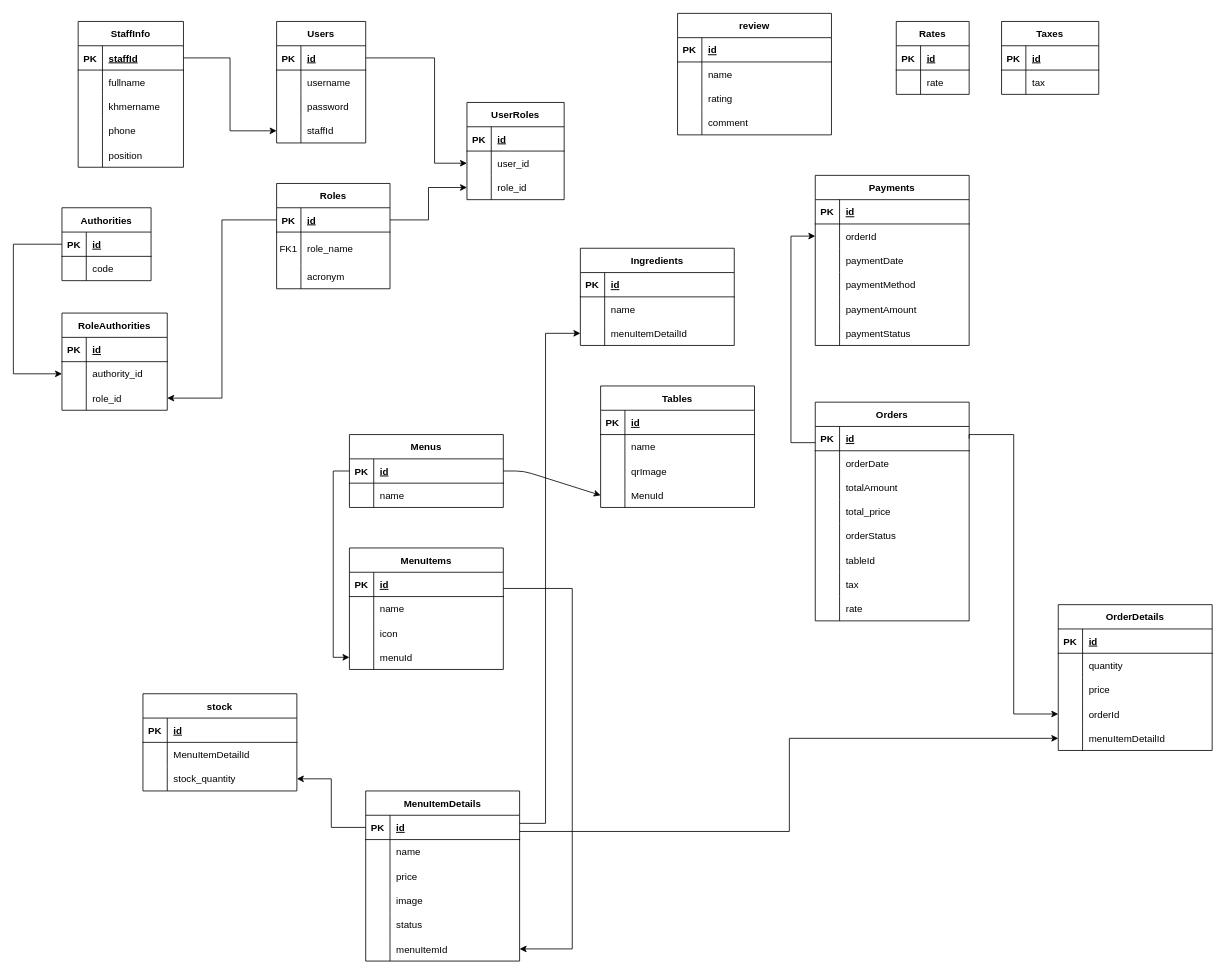
Above: contactless.drawio in OrderSnapp/Contactless-Backend (draw.io), before the change. Source tidied: cells renumbered, new cells numbered last; positions are measured from the earlier drawing's top-left corner, leaving out a move shared by most shapes. Both pictures are drawn from the tidied source at 81%, with x=0, y=0 at pixel (13, 13).
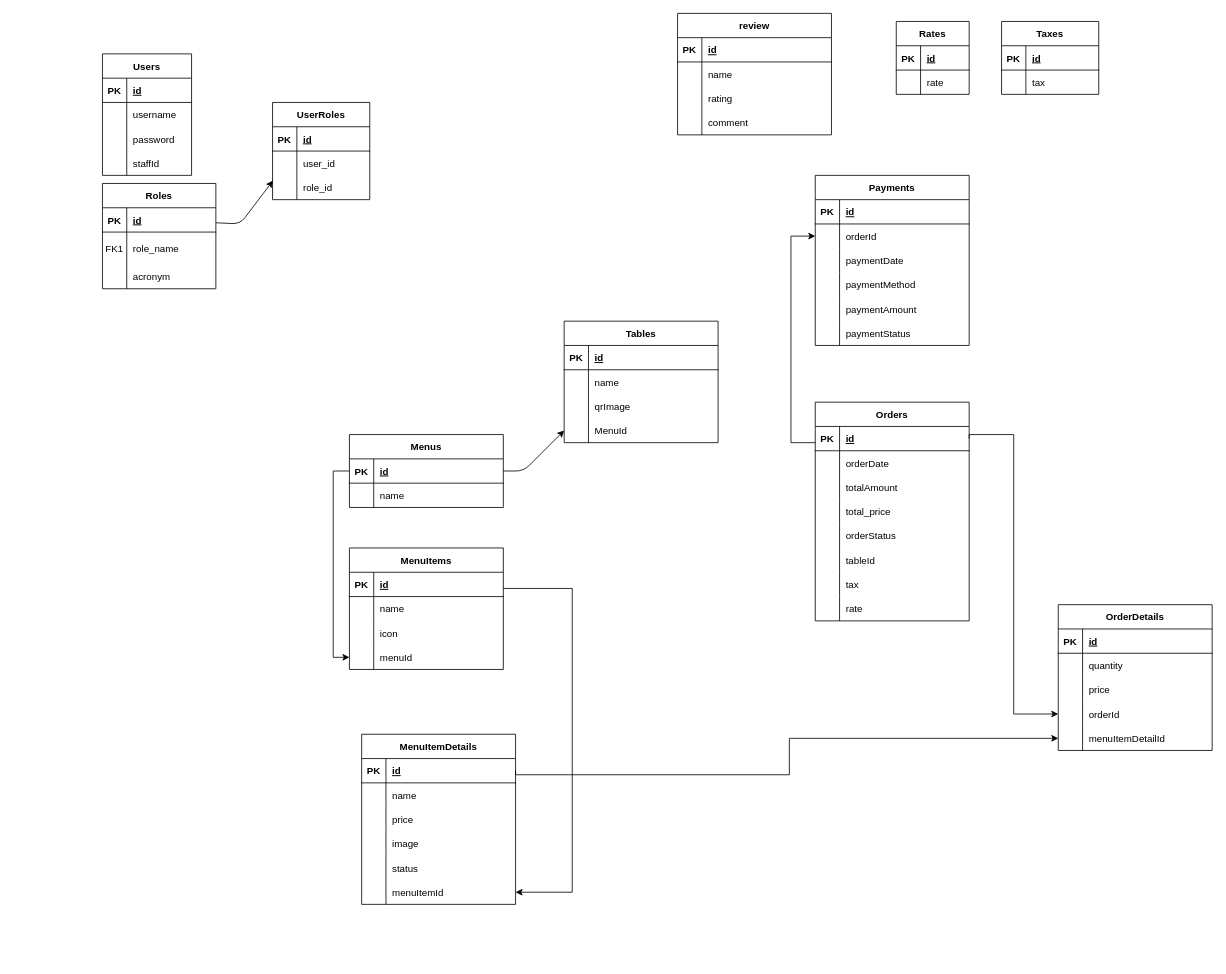
The same page after the edit.

The change refers to these unchanged cells:
```xml
<mxCell id="3" style="shape=partialRectangle;fillColor=none;points=[[0,0.5],[1,0.5]];portConstraint=eastwest;top=0;left=0;right=0;bottom=1;" parent="2" vertex="1">
  <mxGeometry y="30" width="140" height="30" as="geometry" />
</mxCell>
<mxCell id="16" style="shape=partialRectangle;fillColor=none;points=[[0,0.5],[1,0.5]];portConstraint=eastwest;top=0;left=0;right=0;bottom=0;" parent="12" vertex="1">
  <mxGeometry y="60" width="120" height="30" as="geometry" />
</mxCell>
<mxCell id="19" style="shape=partialRectangle;fillColor=none;points=[[0,0.5],[1,0.5]];portConstraint=eastwest;top=0;left=0;right=0;bottom=0;" parent="12" vertex="1">
  <mxGeometry y="90" width="120" height="30" as="geometry" />
</mxCell>
<mxCell id="23" style="shape=partialRectangle;fillColor=none;points=[[0,0.5],[1,0.5]];portConstraint=eastwest;top=0;left=0;right=0;bottom=1;" parent="22" vertex="1">
  <mxGeometry y="30" width="110" height="30" as="geometry" />
</mxCell>
<mxCell id="32" style="shape=partialRectangle;fillColor=none;points=[[0,0.5],[1,0.5]];portConstraint=eastwest;top=0;left=0;right=0;bottom=0;" parent="22" vertex="1">
  <mxGeometry y="120" width="110" height="30" as="geometry" />
</mxCell>
<mxCell id="81" style="shape=partialRectangle;fillColor=none;points=[[0,0.5],[1,0.5]];portConstraint=eastwest;top=0;left=0;right=0;bottom=1;" parent="80" vertex="1">
  <mxGeometry y="30" width="190" height="30" as="geometry" />
</mxCell>
<mxCell id="94" style="shape=partialRectangle;fillColor=none;points=[[0,0.5],[1,0.5]];portConstraint=eastwest;top=0;left=0;right=0;bottom=1;" parent="93" vertex="1">
  <mxGeometry y="30" width="190" height="30" as="geometry" />
</mxCell>
<mxCell id="109" style="shape=partialRectangle;fillColor=none;points=[[0,0.5],[1,0.5]];portConstraint=eastwest;top=0;left=0;right=0;bottom=0;" parent="93" vertex="1">
  <mxGeometry y="180" width="190" height="30" as="geometry" />
</mxCell>
<mxCell id="162" style="shape=partialRectangle;fillColor=none;points=[[0,0.5],[1,0.5]];portConstraint=eastwest;top=0;left=0;right=0;bottom=0;" parent="149" vertex="1">
  <mxGeometry y="150" width="190" height="30" as="geometry" />
</mxCell>
```

The edit, as a diff of the source:
```diff
@@
     <mxCell id="2" value="Roles" style="shape=table;startSize=30;childLayout=tableLayout;rowLines=0;fontStyle=1;align=center;" parent="1" vertex="1">
-      <mxGeometry x="325" y="210" width="140" height="130" as="geometry" />
+      <mxGeometry x="110" y="210" width="140" height="130" as="geometry" />
     </mxCell>
@@
     <mxCell id="12" value="UserRoles" style="shape=table;startSize=30;childLayout=tableLayout;rowLines=0;fontStyle=1;align=center;" parent="1" vertex="1">
-      <mxGeometry x="560" y="110" width="120" height="120" as="geometry" />
+      <mxGeometry x="320" y="110" width="120" height="120" as="geometry" />
     </mxCell>
@@
     <mxCell id="22" value="Users" style="shape=table;startSize=30;childLayout=tableLayout;rowLines=0;fontStyle=1;align=center;" parent="1" vertex="1">
-      <mxGeometry x="325" y="10" width="110" height="150" as="geometry" />
+      <mxGeometry x="110" y="50" width="110" height="150" as="geometry" />
     </mxCell>
@@
-    <mxCell id="35" value="StaffInfo" style="shape=table;startSize=30;childLayout=tableLayout;rowLines=0;fontStyle=1;align=center;" parent="1" vertex="1">
-      <mxGeometry x="80" y="10" width="130" height="180" as="geometry" />
-    </mxCell>
-    <mxCell id="36" style="shape=partialRectangle;fillColor=none;points=[[0,0.5],[1,0.5]];portConstraint=eastwest;top=0;left=0;right=0;bottom=1;" parent="35" vertex="1">
-      <mxGeometry y="30" width="130" height="30" as="geometry" />
-    </mxCell>
-    <mxCell id="37" value="PK" style="shape=partialRectangle;overflow=hidden;fillColor=none;top=0;left=0;bottom=0;right=0;fontStyle=1;" parent="36" vertex="1">
-      <mxGeometry width="30" height="30" as="geometry" />
-    </mxCell>
-    <mxCell id="38" value="staffId" style="shape=partialRectangle;overflow=hidden;fillColor=none;top=0;left=0;bottom=0;right=0;align=left;spacingLeft=6;fontStyle=5;" parent="36" vertex="1">
-      <mxGeometry x="30" width="100" height="30" as="geometry" />
-    </mxCell>
-    <mxCell id="39" style="shape=partialRectangle;fillColor=none;top=0;left=0;right=0;bottom=0;" parent="35" vertex="1">
-      <mxGeometry y="60" width="130" height="30" as="geometry" />
-    </mxCell>
-    <mxCell id="40" style="shape=partialRectangle;overflow=hidden;fillColor=none;top=0;left=0;bottom=0;right=0;" parent="39" vertex="1">
-      <mxGeometry width="30" height="30" as="geometry" />
-    </mxCell>
-    <mxCell id="41" value="fullname" style="shape=partialRectangle;overflow=hidden;fillColor=none;top=0;left=0;bottom=0;right=0;align=left;spacingLeft=6;" parent="39" vertex="1">
-      <mxGeometry x="30" width="100" height="30" as="geometry" />
-    </mxCell>
-    <mxCell id="42" style="shape=partialRectangle;fillColor=none;top=0;left=0;right=0;bottom=0;" parent="35" vertex="1">
-      <mxGeometry y="90" width="130" height="30" as="geometry" />
-    </mxCell>
-    <mxCell id="43" style="shape=partialRectangle;overflow=hidden;fillColor=none;top=0;left=0;bottom=0;right=0;" parent="42" vertex="1">
-      <mxGeometry width="30" height="30" as="geometry" />
-    </mxCell>
-    <mxCell id="44" value="khmername" style="shape=partialRectangle;overflow=hidden;fillColor=none;top=0;left=0;bottom=0;right=0;align=left;spacingLeft=6;" parent="42" vertex="1">
-      <mxGeometry x="30" width="100" height="30" as="geometry" />
-    </mxCell>
-    <mxCell id="45" style="shape=partialRectangle;fillColor=none;top=0;left=0;right=0;bottom=0;" parent="35" vertex="1">
-      <mxGeometry y="120" width="130" height="30" as="geometry" />
-    </mxCell>
-    <mxCell id="46" style="shape=partialRectangle;overflow=hidden;fillColor=none;top=0;left=0;bottom=0;right=0;" parent="45" vertex="1">
-      <mxGeometry width="30" height="30" as="geometry" />
-    </mxCell>
-    <mxCell id="47" value="phone" style="shape=partialRectangle;overflow=hidden;fillColor=none;top=0;left=0;bottom=0;right=0;align=left;spacingLeft=6;" parent="45" vertex="1">
-      <mxGeometry x="30" width="100" height="30" as="geometry" />
-    </mxCell>
-    <mxCell id="48" style="shape=partialRectangle;fillColor=none;top=0;left=0;right=0;bottom=0;" parent="35" vertex="1">
-      <mxGeometry y="150" width="130" height="30" as="geometry" />
-    </mxCell>
-    <mxCell id="49" style="shape=partialRectangle;overflow=hidden;fillColor=none;top=0;left=0;bottom=0;right=0;" parent="48" vertex="1">
-      <mxGeometry width="30" height="30" as="geometry" />
-    </mxCell>
-    <mxCell id="50" value="position" style="shape=partialRectangle;overflow=hidden;fillColor=none;top=0;left=0;bottom=0;right=0;align=left;spacingLeft=6;" parent="48" vertex="1">
-      <mxGeometry x="30" width="100" height="30" as="geometry" />
-    </mxCell>
-    <mxCell id="51" style="edgeStyle=orthogonalEdgeStyle;rounded=0;jettySize=auto;html=1;entryX=0;entryY=0.5;entryDx=0;entryDy=0;" parent="1" edge="1" source="36" target="32">
-      <mxGeometry relative="1" as="geometry" />
-    </mxCell>
-    <mxCell id="52" style="edgeStyle=orthogonalEdgeStyle;rounded=0;jettySize=auto;html=1;entryX=0;entryY=0.5;entryDx=0;entryDy=0;" parent="1" edge="1" source="23" target="16">
-      <mxGeometry relative="1" as="geometry">
-        <Array as="points">
-          <mxPoint x="520" y="55" />
-          <mxPoint x="520" y="185" />
-        </Array>
-      </mxGeometry>
-    </mxCell>
-    <mxCell id="53" style="edgeStyle=orthogonalEdgeStyle;rounded=0;jettySize=auto;html=1;entryX=0;entryY=0.5;entryDx=0;entryDy=0;" parent="1" edge="1" source="3" target="19">
-      <mxGeometry relative="1" as="geometry" />
-    </mxCell>
-    <mxCell id="54" value="Authorities" style="shape=table;startSize=30;childLayout=tableLayout;rowLines=0;fontStyle=1;align=center;" parent="1" vertex="1">
-      <mxGeometry x="60" y="240" width="110" height="90" as="geometry" />
-    </mxCell>
-    <mxCell id="55" style="shape=partialRectangle;fillColor=none;points=[[0,0.5],[1,0.5]];portConstraint=eastwest;top=0;left=0;right=0;bottom=1;" parent="54" vertex="1">
-      <mxGeometry y="30" width="110" height="30" as="geometry" />
-    </mxCell>
-    <mxCell id="56" value="PK" style="shape=partialRectangle;overflow=hidden;fillColor=none;top=0;left=0;bottom=0;right=0;fontStyle=1;" parent="55" vertex="1">
-      <mxGeometry width="30" height="30" as="geometry" />
-    </mxCell>
-    <mxCell id="57" value="id" style="shape=partialRectangle;overflow=hidden;fillColor=none;top=0;left=0;bottom=0;right=0;align=left;spacingLeft=6;fontStyle=5;" parent="55" vertex="1">
-      <mxGeometry x="30" width="80" height="30" as="geometry" />
-    </mxCell>
-    <mxCell id="58" style="shape=partialRectangle;fillColor=none;top=0;left=0;right=0;bottom=0;" parent="54" vertex="1">
-      <mxGeometry y="60" width="110" height="30" as="geometry" />
-    </mxCell>
-    <mxCell id="59" style="shape=partialRectangle;overflow=hidden;fillColor=none;top=0;left=0;bottom=0;right=0;" parent="58" vertex="1">
-      <mxGeometry width="30" height="30" as="geometry" />
-    </mxCell>
-    <mxCell id="60" value="code" style="shape=partialRectangle;overflow=hidden;fillColor=none;top=0;left=0;bottom=0;right=0;align=left;spacingLeft=6;" parent="58" vertex="1">
-      <mxGeometry x="30" width="80" height="30" as="geometry" />
-    </mxCell>
-    <mxCell id="61" value="RoleAuthorities" style="shape=table;startSize=30;childLayout=tableLayout;rowLines=0;fontStyle=1;align=center;" parent="1" vertex="1">
-      <mxGeometry x="60" y="370" width="130" height="120" as="geometry" />
-    </mxCell>
-    <mxCell id="62" style="shape=partialRectangle;fillColor=none;top=0;left=0;right=0;bottom=1;" parent="61" vertex="1">
-      <mxGeometry y="30" width="130" height="30" as="geometry" />
-    </mxCell>
-    <mxCell id="63" value="PK" style="shape=partialRectangle;overflow=hidden;fillColor=none;top=0;left=0;bottom=0;right=0;fontStyle=1;" parent="62" vertex="1">
-      <mxGeometry width="30" height="30" as="geometry" />
-    </mxCell>
-    <mxCell id="64" value="id" style="shape=partialRectangle;overflow=hidden;fillColor=none;top=0;left=0;bottom=0;right=0;align=left;spacingLeft=6;fontStyle=5;" parent="62" vertex="1">
-      <mxGeometry x="30" width="100" height="30" as="geometry" />
-    </mxCell>
-    <mxCell id="65" style="shape=partialRectangle;fillColor=none;points=[[0,0.5],[1,0.5]];portConstraint=eastwest;top=0;left=0;right=0;bottom=0;" parent="61" vertex="1">
-      <mxGeometry y="60" width="130" height="30" as="geometry" />
-    </mxCell>
-    <mxCell id="66" style="shape=partialRectangle;overflow=hidden;fillColor=none;top=0;left=0;bottom=0;right=0;" parent="65" vertex="1">
-      <mxGeometry width="30" height="30" as="geometry" />
-    </mxCell>
-    <mxCell id="67" value="authority_id" style="shape=partialRectangle;overflow=hidden;fillColor=none;top=0;left=0;bottom=0;right=0;align=left;spacingLeft=6;" parent="65" vertex="1">
-      <mxGeometry x="30" width="100" height="30" as="geometry" />
-    </mxCell>
-    <mxCell id="68" style="shape=partialRectangle;fillColor=none;points=[[0,0.5],[1,0.5]];portConstraint=eastwest;top=0;left=0;right=0;bottom=0;" parent="61" vertex="1">
-      <mxGeometry y="90" width="130" height="30" as="geometry" />
-    </mxCell>
-    <mxCell id="69" style="shape=partialRectangle;overflow=hidden;fillColor=none;top=0;left=0;bottom=0;right=0;" parent="68" vertex="1">
-      <mxGeometry width="30" height="30" as="geometry" />
-    </mxCell>
-    <mxCell id="70" value="role_id" style="shape=partialRectangle;overflow=hidden;fillColor=none;top=0;left=0;bottom=0;right=0;align=left;spacingLeft=6;" parent="68" vertex="1">
-      <mxGeometry x="30" width="100" height="30" as="geometry" />
-    </mxCell>
-    <mxCell id="71" style="edgeStyle=orthogonalEdgeStyle;rounded=0;jettySize=auto;html=1;entryX=0;entryY=0.5;entryDx=0;entryDy=0;" parent="1" edge="1" source="55" target="65">
-      <mxGeometry relative="1" as="geometry">
-        <Array as="points">
-          <mxPoint y="285" />
-          <mxPoint y="445" />
-        </Array>
-      </mxGeometry>
-    </mxCell>
-    <mxCell id="72" style="edgeStyle=orthogonalEdgeStyle;rounded=0;jettySize=auto;html=1;entryX=1;entryY=0.5;entryDx=0;entryDy=0;" parent="1" edge="1" source="3" target="68">
-      <mxGeometry relative="1" as="geometry" />
-    </mxCell>
@@
     <mxCell id="93" value="MenuItemDetails" style="shape=table;startSize=30;childLayout=tableLayout;rowLines=0;fontStyle=1;align=center;" parent="1" vertex="1">
-      <mxGeometry x="435" y="960" width="190" height="210" as="geometry" />
+      <mxGeometry x="430" y="890" width="190" height="210" as="geometry" />
     </mxCell>
@@
-    <mxCell id="113" value="Ingredients" style="shape=table;startSize=30;childLayout=tableLayout;rowLines=0;fontStyle=1;align=center;" parent="1" vertex="1">
-      <mxGeometry x="700" y="290" width="190" height="120" as="geometry" />
-    </mxCell>
-    <mxCell id="114" style="shape=partialRectangle;fillColor=none;top=0;left=0;right=0;bottom=1;" parent="113" vertex="1">
-      <mxGeometry y="30" width="190" height="30" as="geometry" />
-    </mxCell>
-    <mxCell id="115" value="PK" style="shape=partialRectangle;overflow=hidden;fillColor=none;top=0;left=0;bottom=0;right=0;fontStyle=1;" parent="114" vertex="1">
-      <mxGeometry width="30" height="30" as="geometry" />
-    </mxCell>
-    <mxCell id="116" value="id" style="shape=partialRectangle;overflow=hidden;fillColor=none;top=0;left=0;bottom=0;right=0;align=left;spacingLeft=6;fontStyle=5;" parent="114" vertex="1">
-      <mxGeometry x="30" width="160" height="30" as="geometry" />
-    </mxCell>
-    <mxCell id="117" style="shape=partialRectangle;fillColor=none;top=0;left=0;right=0;bottom=0;" parent="113" vertex="1">
-      <mxGeometry y="60" width="190" height="30" as="geometry" />
-    </mxCell>
-    <mxCell id="118" style="shape=partialRectangle;overflow=hidden;fillColor=none;top=0;left=0;bottom=0;right=0;" parent="117" vertex="1">
-      <mxGeometry width="30" height="30" as="geometry" />
-    </mxCell>
-    <mxCell id="119" value="name" style="shape=partialRectangle;overflow=hidden;fillColor=none;top=0;left=0;bottom=0;right=0;align=left;spacingLeft=6;" parent="117" vertex="1">
-      <mxGeometry x="30" width="160" height="30" as="geometry" />
-    </mxCell>
-    <mxCell id="120" style="shape=partialRectangle;fillColor=none;points=[[0,0.5],[1,0.5]];portConstraint=eastwest;top=0;left=0;right=0;bottom=0;" parent="113" vertex="1">
-      <mxGeometry y="90" width="190" height="30" as="geometry" />
-    </mxCell>
-    <mxCell id="121" style="shape=partialRectangle;overflow=hidden;fillColor=none;top=0;left=0;bottom=0;right=0;" parent="120" vertex="1">
-      <mxGeometry width="30" height="30" as="geometry" />
-    </mxCell>
-    <mxCell id="122" value="menuItemDetailId" style="shape=partialRectangle;overflow=hidden;fillColor=none;top=0;left=0;bottom=0;right=0;align=left;spacingLeft=6;" parent="120" vertex="1">
-      <mxGeometry x="30" width="160" height="30" as="geometry" />
-    </mxCell>
     <mxCell id="123" style="edgeStyle=orthogonalEdgeStyle;rounded=0;jettySize=auto;html=1;entryX=1;entryY=0.5;entryDx=0;entryDy=0;" parent="1" edge="1" source="81" target="109">
       <mxGeometry relative="1" as="geometry">
         <Array as="points">
           <mxPoint x="690" y="710" />
-          <mxPoint x="690" y="1155" />
+          <mxPoint x="690" y="1085" />
         </Array>
       </mxGeometry>
     </mxCell>
@@
-    <mxCell id="179" value="stock" style="shape=table;startSize=30;childLayout=tableLayout;rowLines=0;fontStyle=1;align=center;" parent="1" vertex="1">
-      <mxGeometry x="160" y="840" width="190" height="120" as="geometry" />
-    </mxCell>
-    <mxCell id="180" style="shape=partialRectangle;fillColor=none;top=0;left=0;right=0;bottom=1;" parent="179" vertex="1">
-      <mxGeometry y="30" width="190" height="30" as="geometry" />
-    </mxCell>
-    <mxCell id="181" value="PK" style="shape=partialRectangle;overflow=hidden;fillColor=none;top=0;left=0;bottom=0;right=0;fontStyle=1;" parent="180" vertex="1">
-      <mxGeometry width="30" height="30" as="geometry" />
-    </mxCell>
-    <mxCell id="182" value="id" style="shape=partialRectangle;overflow=hidden;fillColor=none;top=0;left=0;bottom=0;right=0;align=left;spacingLeft=6;fontStyle=5;" parent="180" vertex="1">
-      <mxGeometry x="30" width="160" height="30" as="geometry" />
-    </mxCell>
-    <mxCell id="183" style="shape=partialRectangle;fillColor=none;top=0;left=0;right=0;bottom=0;" parent="179" vertex="1">
-      <mxGeometry y="60" width="190" height="30" as="geometry" />
-    </mxCell>
-    <mxCell id="184" style="shape=partialRectangle;overflow=hidden;fillColor=none;top=0;left=0;bottom=0;right=0;" parent="183" vertex="1">
-      <mxGeometry width="30" height="30" as="geometry" />
-    </mxCell>
-    <mxCell id="185" value="MenuItemDetailId" style="shape=partialRectangle;overflow=hidden;fillColor=none;top=0;left=0;bottom=0;right=0;align=left;spacingLeft=6;" parent="183" vertex="1">
-      <mxGeometry x="30" width="160" height="30" as="geometry" />
-    </mxCell>
-    <mxCell id="186" style="shape=partialRectangle;fillColor=none;points=[[0,0.5],[1,0.5]];portConstraint=eastwest;top=0;left=0;right=0;bottom=0;" parent="179" vertex="1">
-      <mxGeometry y="90" width="190" height="30" as="geometry" />
-    </mxCell>
-    <mxCell id="187" style="shape=partialRectangle;overflow=hidden;fillColor=none;top=0;left=0;bottom=0;right=0;" parent="186" vertex="1">
-      <mxGeometry width="30" height="30" as="geometry" />
-    </mxCell>
-    <mxCell id="188" value="stock_quantity" style="shape=partialRectangle;overflow=hidden;fillColor=none;top=0;left=0;bottom=0;right=0;align=left;spacingLeft=6;" parent="186" vertex="1">
-      <mxGeometry x="30" width="160" height="30" as="geometry" />
-    </mxCell>
-    <mxCell id="189" style="edgeStyle=orthogonalEdgeStyle;rounded=0;jettySize=auto;html=1;entryX=1;entryY=0.5;entryDx=0;entryDy=0;" parent="1" edge="1" source="94" target="186">
-      <mxGeometry relative="1" as="geometry" />
-    </mxCell>
-    <mxCell id="190" style="edgeStyle=orthogonalEdgeStyle;rounded=0;jettySize=auto;html=1;" parent="1" edge="1" source="94" target="120">
-      <mxGeometry relative="1" as="geometry">
-        <Array as="points">
-          <mxPoint x="657" y="1000" />
-          <mxPoint x="657" y="395" />
-        </Array>
-      </mxGeometry>
-    </mxCell>
-    <mxCell id="191" style="edgeStyle=orthogonalEdgeStyle;rounded=0;jettySize=auto;html=1;" parent="1" edge="1" source="94" target="162">
+    <mxCell id="191" style="edgeStyle=orthogonalEdgeStyle;rounded=0;jettySize=auto;html=1;exitX=1;exitY=0.5;exitDx=0;exitDy=0;" parent="1" edge="1" source="94" target="162">
       <mxGeometry relative="1" as="geometry">
         <Array as="points">
-          <mxPoint x="958" y="1010" />
+          <mxPoint x="620" y="940" />
+          <mxPoint x="958" y="940" />
           <mxPoint x="958" y="895" />
         </Array>
       </mxGeometry>
     </mxCell>
@@
     <mxCell id="213" value="Tables" style="shape=table;startSize=30;childLayout=tableLayout;rowLines=0;fontStyle=1;align=center;" parent="1" vertex="1">
-      <mxGeometry x="725" y="460" width="190" height="150" as="geometry" />
+      <mxGeometry x="680" y="380" width="190" height="150" as="geometry" />
     </mxCell>
@@
+    <mxCell id="53" style="edgeStyle=none;html=1;entryX=0.004;entryY=0.217;entryDx=0;entryDy=0;entryPerimeter=0;" parent="1" edge="1" source="3" target="19">
+      <mxGeometry relative="1" as="geometry">
+        <Array as="points">
+          <mxPoint x="280" y="260" />
+        </Array>
+      </mxGeometry>
+    </mxCell>
```
